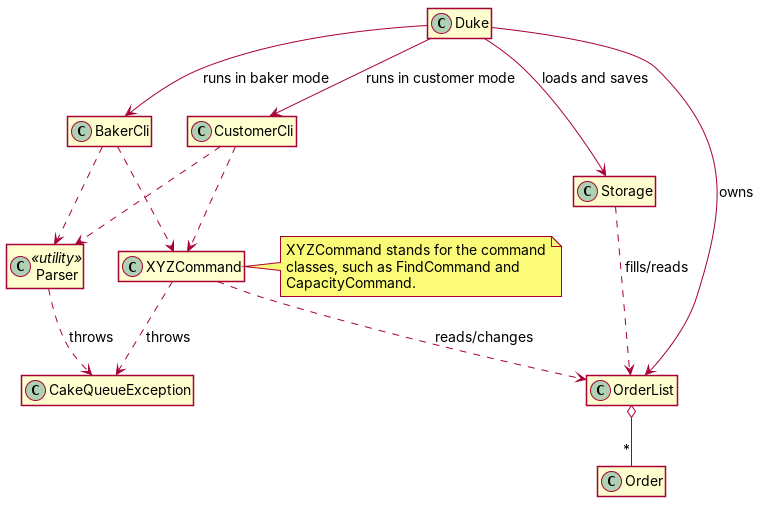
Earlier version of the PlantUML export docs/diagrams/ArchitectureOverview.png (AY2627S1-CS2113-W12-1/tp). Its source is kept beside it as docs/diagrams/ArchitectureOverview.puml.
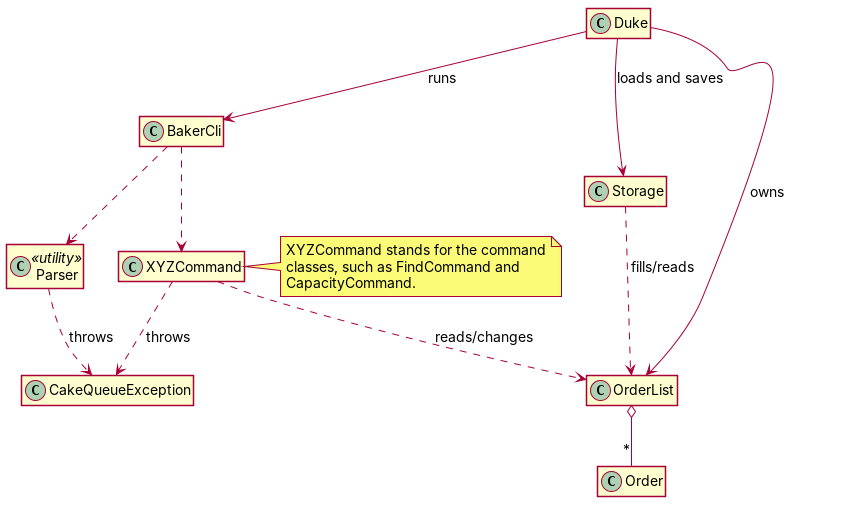
The same file after the commit.

Diff of the diagram source:
```diff
@@ -6,7 +6,6 @@
 
 class Duke
 class BakerCli
-class CustomerCli
 class Parser <<utility>>
 class "XYZCommand" as Command
 class OrderList
@@ -14,15 +13,12 @@
 class Storage
 class CakeQueueException
 
-Duke --> BakerCli : runs in baker mode
-Duke --> CustomerCli : runs in customer mode
+Duke --> BakerCli : runs
 Duke --> Storage : loads and saves
 Duke --> OrderList : owns
 
 BakerCli ..> Parser
-CustomerCli ..> Parser
 BakerCli ..> Command
-CustomerCli ..> Command
 Command ..> OrderList : reads/changes
 Storage ..> OrderList : fills/reads
 OrderList o-- "*" Order
```
